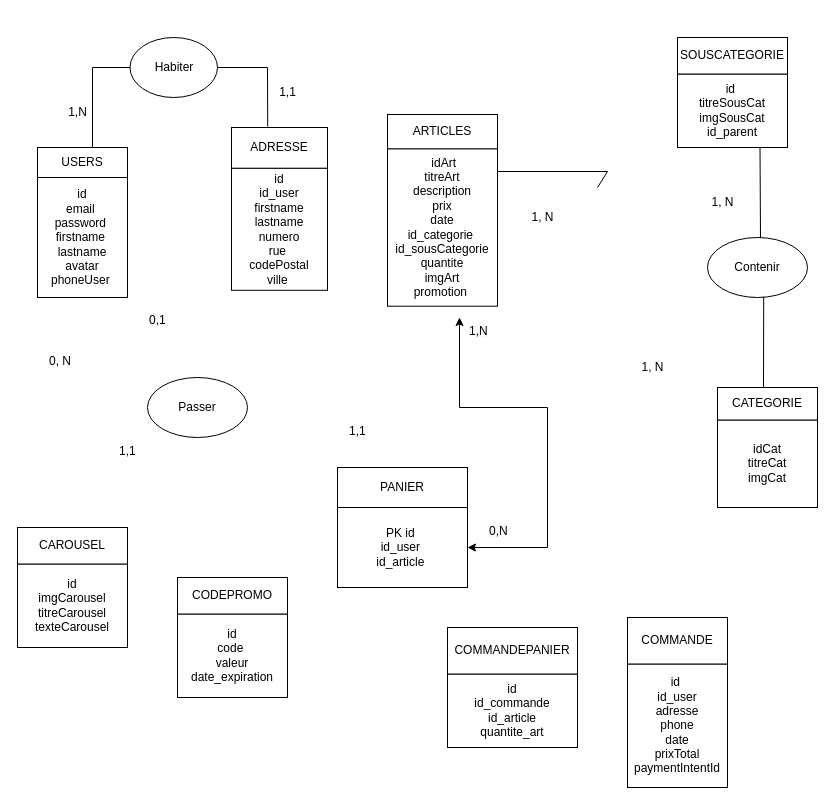
The draw.io diagram maquette/SCHEMA_EN_UML.drawio in Luxanna23/boutique-en-ligne, before the edit. Source tidied: cells renumbered, new cells numbered last; positions are measured from the earlier drawing's top-left corner, leaving out a move shared by most shapes. Both pictures are drawn from the tidied source at 100%, with x=0, y=0 at pixel (17, 37).
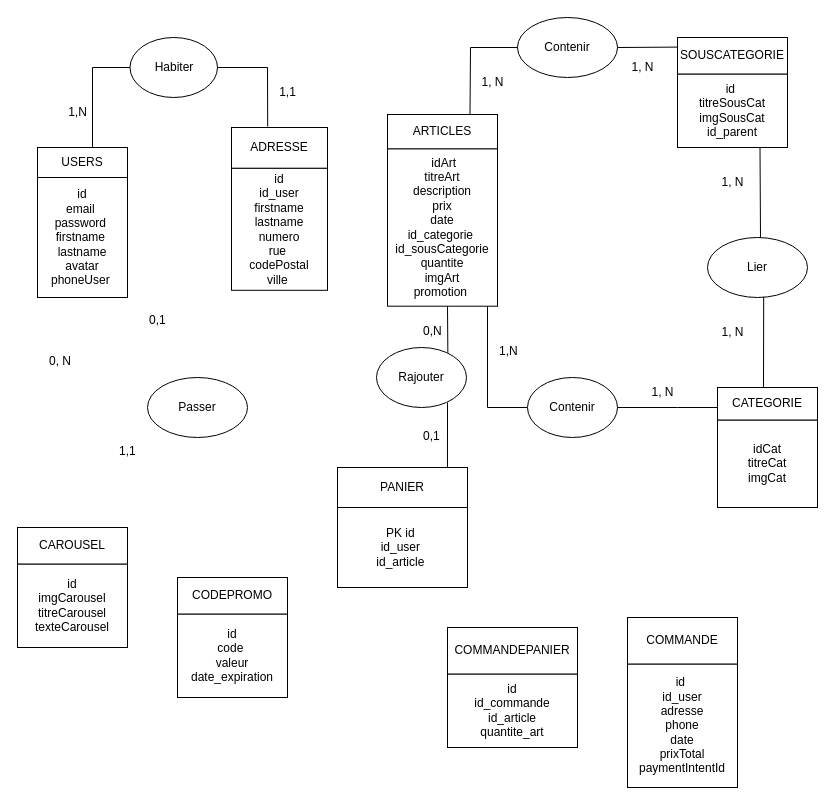
The same page after the edit.

Commit message:
Mettre à jour SCHEMA_EN_UML.drawio

Unchanged cells that the change refers to:
```xml
<mxCell id="6" value="PANIER" style="rounded=0;whiteSpace=wrap;html=1;" parent="5" vertex="1">
  <mxGeometry width="130" height="40" as="geometry" />
</mxCell>
<mxCell id="7" value="PK id&amp;nbsp;&lt;br&gt;id_user&amp;nbsp;&lt;br&gt;id_article&amp;nbsp;" style="rounded=0;whiteSpace=wrap;html=1;" parent="5" vertex="1">
  <mxGeometry y="40" width="130" height="80" as="geometry" />
</mxCell>
<mxCell id="11" style="group;" parent="1" vertex="1">
  <mxGeometry x="360" y="100" width="120" height="180" as="geometry" />
</mxCell>
<mxCell id="13" value="ARTICLES" style="rounded=0;whiteSpace=wrap;html=1;" parent="11" vertex="1">
  <mxGeometry x="10" y="-23" width="110" height="34.3" as="geometry" />
</mxCell>
```

What changed in the source:
```diff
@@
+    <mxCell id="51" style="endArrow=none;html=1;rounded=0;exitX=0.793;exitY=0.106;exitDx=0;exitDy=0;exitPerimeter=0;" parent="11" edge="1" source="60">
+      <mxGeometry relative="1" as="geometry">
+        <mxPoint x="70" y="168.8" as="targetPoint" />
+      </mxGeometry>
+    </mxCell>
@@
     <mxCell id="17" value="1, N" style="text;html=1;align=center;verticalAlign=middle;strokeColor=none;fillColor=none;" parent="1" vertex="1">
-      <mxGeometry x="500" y="165" width="50" height="30" as="geometry" />
+      <mxGeometry x="450" y="30" width="50" height="30" as="geometry" />
     </mxCell>
     <mxCell id="18" value="&lt;span style=&quot;color: rgb(0, 0, 0); font-family: Helvetica; font-size: 12px; font-style: normal; font-variant-ligatures: normal; font-variant-caps: normal; font-weight: 400; letter-spacing: normal; orphans: 2; text-align: center; text-indent: 0px; text-transform: none; widows: 2; word-spacing: 0px; -webkit-text-stroke-width: 0px; background-color: rgb(251, 251, 251); text-decoration-thickness: initial; text-decoration-style: initial; text-decoration-color: initial; float: none; display: inline !important;&quot;&gt;0,N&lt;/span&gt;" style="text;whiteSpace=wrap;html=1;" parent="1" vertex="1">
-      <mxGeometry x="470" y="480" width="30" height="20" as="geometry" />
+      <mxGeometry x="404" y="280" width="30" height="20" as="geometry" />
     </mxCell>
-    <mxCell id="19" value="&lt;span style=&quot;color: rgb(0, 0, 0); font-family: Helvetica; font-size: 12px; font-style: normal; font-variant-ligatures: normal; font-variant-caps: normal; font-weight: 400; letter-spacing: normal; orphans: 2; text-align: center; text-indent: 0px; text-transform: none; widows: 2; word-spacing: 0px; -webkit-text-stroke-width: 0px; background-color: rgb(251, 251, 251); text-decoration-thickness: initial; text-decoration-style: initial; text-decoration-color: initial; float: none; display: inline !important;&quot;&gt;1,1&lt;/span&gt;" style="text;whiteSpace=wrap;html=1;" parent="1" vertex="1">
-      <mxGeometry x="330" y="380" width="30" height="30" as="geometry" />
+    <mxCell id="19" value="&lt;span style=&quot;color: rgb(0, 0, 0); font-family: Helvetica; font-size: 12px; font-style: normal; font-variant-ligatures: normal; font-variant-caps: normal; font-weight: 400; letter-spacing: normal; orphans: 2; text-align: center; text-indent: 0px; text-transform: none; widows: 2; word-spacing: 0px; -webkit-text-stroke-width: 0px; background-color: rgb(251, 251, 251); text-decoration-thickness: initial; text-decoration-style: initial; text-decoration-color: initial; float: none; display: inline !important;&quot;&gt;0,1&lt;/span&gt;" style="text;whiteSpace=wrap;html=1;" parent="1" vertex="1">
+      <mxGeometry x="404" y="385" width="30" height="30" as="geometry" />
     </mxCell>
@@
-    <mxCell id="22" style="endArrow=classic;startArrow=classic;html=1;rounded=0;exitX=1;exitY=0.5;exitDx=0;exitDy=0;" parent="1" edge="1" source="7">
-      <mxGeometry relative="1" as="geometry">
-        <mxPoint x="442" y="280" as="targetPoint" />
-        <Array as="points">
-          <mxPoint x="530" y="510" />
-          <mxPoint x="530" y="370" />
-          <mxPoint x="442" y="370" />
-        </Array>
-      </mxGeometry>
-    </mxCell>
     <mxCell id="23" value="&lt;span style=&quot;color: rgb(0, 0, 0); font-family: Helvetica; font-size: 12px; font-style: normal; font-variant-ligatures: normal; font-variant-caps: normal; font-weight: 400; letter-spacing: normal; orphans: 2; text-align: center; text-indent: 0px; text-transform: none; widows: 2; word-spacing: 0px; -webkit-text-stroke-width: 0px; background-color: rgb(251, 251, 251); text-decoration-thickness: initial; text-decoration-style: initial; text-decoration-color: initial; float: none; display: inline !important;&quot;&gt;1,N&lt;/span&gt;" style="text;whiteSpace=wrap;html=1;" parent="1" vertex="1">
-      <mxGeometry x="450" y="280" width="30" height="20" as="geometry" />
+      <mxGeometry x="480" y="300" width="30" height="20" as="geometry" />
     </mxCell>
@@
-    <mxCell id="35" value="Contenir" style="ellipse;whiteSpace=wrap;html=1;" parent="1" vertex="1">
+    <mxCell id="35" value="Lier" style="ellipse;whiteSpace=wrap;html=1;" parent="1" vertex="1">
       <mxGeometry x="690" y="200" width="100" height="60" as="geometry" />
     </mxCell>
-    <mxCell id="36" style="endArrow=none;html=1;rounded=0;" parent="1" edge="1">
-      <mxGeometry relative="1" as="geometry">
-        <mxPoint x="480" y="134" as="sourcePoint" />
-        <mxPoint x="580" y="150" as="targetPoint" />
-        <Array as="points">
-          <mxPoint x="590" y="134" />
-        </Array>
-      </mxGeometry>
-    </mxCell>
@@
     <mxCell id="39" value="1, N" style="text;html=1;align=center;verticalAlign=middle;strokeColor=none;fillColor=none;" parent="1" vertex="1">
-      <mxGeometry x="680" y="150" width="50" height="30" as="geometry" />
+      <mxGeometry x="690" y="130" width="50" height="30" as="geometry" />
     </mxCell>
     <mxCell id="40" value="1, N" style="text;html=1;align=center;verticalAlign=middle;strokeColor=none;fillColor=none;" parent="1" vertex="1">
-      <mxGeometry x="610" y="315" width="50" height="30" as="geometry" />
+      <mxGeometry x="620" y="340" width="50" height="30" as="geometry" />
     </mxCell>
@@
     <mxCell id="44" style="group;" parent="1" vertex="1">
-      <mxGeometry x="610" y="590" width="100" height="160" as="geometry" />
+      <mxGeometry x="610" y="590" width="110" height="160" as="geometry" />
     </mxCell>
     <mxCell id="45" value="COMMANDE" style="rounded=0;whiteSpace=wrap;html=1;" parent="44" vertex="1">
-      <mxGeometry y="-10" width="100" height="46.7" as="geometry" />
+      <mxGeometry y="-10" width="110" height="46.7" as="geometry" />
     </mxCell>
     <mxCell id="46" value="&amp;nbsp;id&amp;nbsp;&amp;nbsp;&lt;br&gt;id_user&lt;br&gt;adresse&lt;br&gt;phone&lt;br&gt;date&lt;br&gt;prixTotal&lt;br&gt;paymentIntentId" style="rounded=0;whiteSpace=wrap;html=1;" parent="44" vertex="1">
-      <mxGeometry y="36.7" width="100" height="123.3" as="geometry" />
+      <mxGeometry y="36.7" width="110" height="123.3" as="geometry" />
     </mxCell>
@@
+    <mxCell id="52" value="Contenir" style="ellipse;whiteSpace=wrap;html=1;" parent="1" vertex="1">
+      <mxGeometry x="500" y="-20" width="100" height="60" as="geometry" />
+    </mxCell>
+    <mxCell id="53" style="endArrow=none;html=1;rounded=0;entryX=0;entryY=0.5;entryDx=0;entryDy=0;exitX=0.75;exitY=0;exitDx=0;exitDy=0;" parent="1" edge="1" source="13" target="52">
+      <mxGeometry relative="1" as="geometry">
+        <Array as="points">
+          <mxPoint x="453" y="10" />
+        </Array>
+      </mxGeometry>
+    </mxCell>
+    <mxCell id="54" style="endArrow=none;html=1;rounded=0;exitX=1;exitY=0.5;exitDx=0;exitDy=0;" parent="1" edge="1" source="52">
+      <mxGeometry relative="1" as="geometry">
+        <mxPoint x="660" y="9.6" as="targetPoint" />
+      </mxGeometry>
+    </mxCell>
+    <mxCell id="55" style="endArrow=none;html=1;rounded=0;exitX=0.562;exitY=0.989;exitDx=0;exitDy=0;exitPerimeter=0;" parent="1" edge="1">
+      <mxGeometry relative="1" as="geometry">
+        <mxPoint x="470" y="269" as="sourcePoint" />
+        <mxPoint x="510" y="370" as="targetPoint" />
+        <Array as="points">
+          <mxPoint x="470" y="370" />
+        </Array>
+      </mxGeometry>
+    </mxCell>
+    <mxCell id="56" value="Contenir" style="ellipse;whiteSpace=wrap;html=1;" parent="1" vertex="1">
+      <mxGeometry x="510" y="340" width="90" height="60" as="geometry" />
+    </mxCell>
+    <mxCell id="57" style="endArrow=none;html=1;rounded=0;exitX=1;exitY=0.5;exitDx=0;exitDy=0;" parent="1" edge="1" source="56">
+      <mxGeometry relative="1" as="geometry">
+        <mxPoint x="700" y="370" as="targetPoint" />
+        <Array as="points">
+          <mxPoint x="660" y="370" />
+        </Array>
+      </mxGeometry>
+    </mxCell>
+    <mxCell id="58" value="1, N" style="text;html=1;align=center;verticalAlign=middle;strokeColor=none;fillColor=none;" parent="1" vertex="1">
+      <mxGeometry x="690" y="280" width="50" height="30" as="geometry" />
+    </mxCell>
+    <mxCell id="59" value="1, N" style="text;html=1;align=center;verticalAlign=middle;strokeColor=none;fillColor=none;" parent="1" vertex="1">
+      <mxGeometry x="600" y="15" width="50" height="30" as="geometry" />
+    </mxCell>
+    <mxCell id="60" value="Rajouter" style="ellipse;whiteSpace=wrap;html=1;" parent="1" vertex="1">
+      <mxGeometry x="359" y="310" width="90" height="60" as="geometry" />
+    </mxCell>
+    <mxCell id="61" style="endArrow=none;html=1;rounded=0;exitX=0.846;exitY=0;exitDx=0;exitDy=0;exitPerimeter=0;" parent="1" edge="1" source="6">
+      <mxGeometry relative="1" as="geometry">
+        <mxPoint x="430" y="365" as="targetPoint" />
+      </mxGeometry>
+    </mxCell>
```
